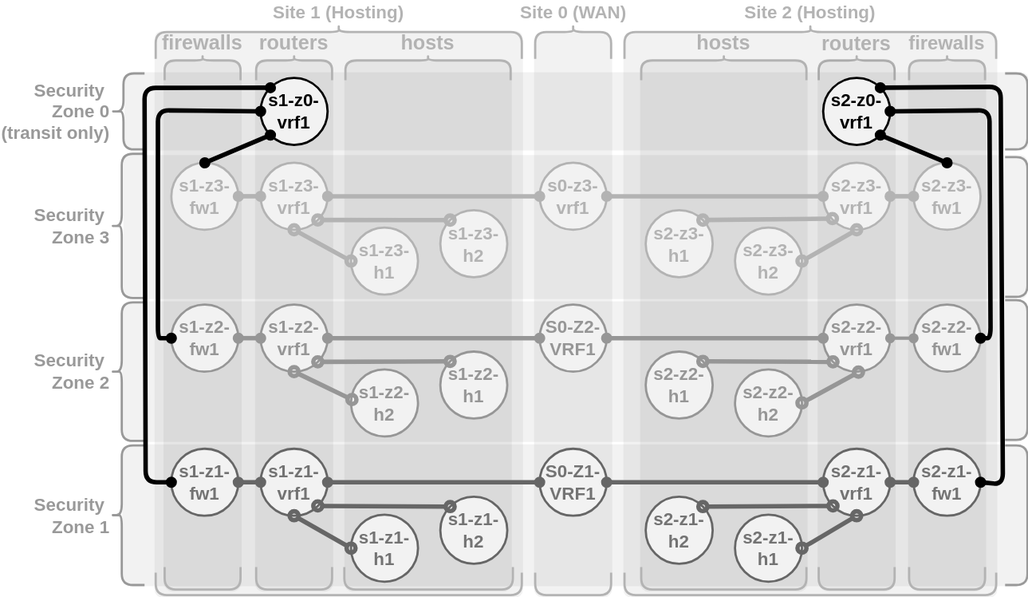
The draw.io diagram pages/1/3(ecmp-symmetric)/casestudy-2.drawio.svg in menckend/alpha, before a commit. Source tidied: cells renumbered, new cells last; positions are measured from the earlier drawing's top-left corner, leaving out a move shared by most shapes.
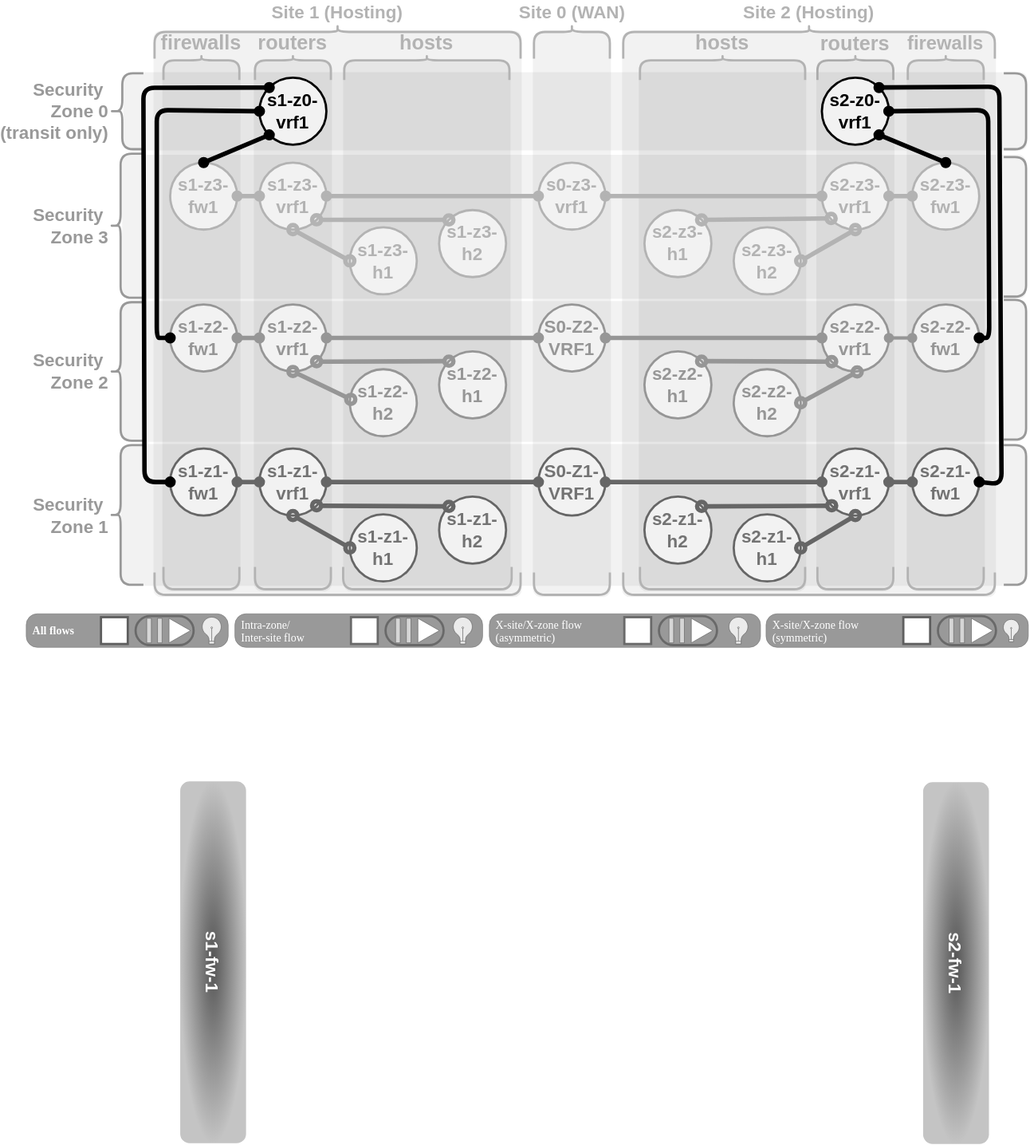
After the change.

Change to the diagram source:
```diff
@@ -317,5 +317,92 @@
     <mxCell id="99" style="endArrow=oval;startArrow=oval;html=1;strokeWidth=4;strokeColor=#666666;startFill=1;endFill=1;fontSize=18;fontStyle=1;entryX=0;entryY=0.5;entryDx=0;entryDy=0;exitX=1;exitY=0.5;exitDx=0;exitDy=0;" parent="1" edge="1" source="37" target="24">
       <mxGeometry relative="1" as="geometry" />
     </mxCell>
+    <mxCell id="100" value="interactivecontrols" parent="0" />
+    <mxCell id="101" value="All flows" style="fillColor=#999999;strokeColor=#7D7D7D;rounded=1;arcSize=33;sketch=0;hachureGap=4;fontFamily=Lucida Console;fontSize=10;fontColor=#FFFFFF;spacingBottom=0;align=left;spacingLeft=6;strokeWidth=0.5;shadow=0;flowAnimation=0;fontStyle=1;shadowBlur=5;shadowColor=#FFFF00;shadowOpacity=100;shadowOffsetY=1;shadowOffsetX=1;spacing=0;" parent="100" vertex="1">
+      <mxGeometry x="-75" y="527" width="181" height="30" as="geometry" />
+    </mxCell>
+    <mxCell id="102" style="whiteSpace=wrap;html=1;fontSize=20;fontFamily=Architects Daughter;fillColor=#ffffff;strokeColor=#5E5E5E;sketch=0;hachureGap=4;fontSource=https%3A%2F%2Ffonts.googleapis.com%2Fcss%3Ffamily%3DArchitects%2BDaughter;flowAnimation=0;strokeWidth=2;" parent="101" vertex="1">
+      <mxGeometry x="1" y="0.5" width="24" height="24" relative="1" as="geometry">
+        <mxPoint x="-114" y="-12" as="offset" />
+      </mxGeometry>
+    </mxCell>
+    <mxCell id="103" style="html=1;verticalLabelPosition=bottom;align=center;labelBackgroundColor=#ffffff;verticalAlign=top;strokeWidth=0.5;strokeColor=#666666;shadow=0;dashed=0;shape=mxgraph.ios7.icons.lightbulb;fillColor=#EBEBEB;shadowBlur=5;shadowColor=#FFFF00;shadowOpacity=100;shadowOffsetY=1;shadowOffsetX=1;flowAnimation=0;" parent="101" vertex="1">
+      <mxGeometry x="157" y="3" width="18.4" height="24" as="geometry" />
+    </mxCell>
+    <mxCell id="104" style="rounded=1;whiteSpace=wrap;html=1;strokeWidth=2;arcSize=50;strokeColor=#696969;fillColor=none;" parent="101" vertex="1">
+      <mxGeometry x="98" y="2" width="52" height="26" as="geometry" />
+    </mxCell>
+    <mxCell id="105" style="html=1;verticalLabelPosition=bottom;align=center;labelBackgroundColor=#ffffff;verticalAlign=top;strokeWidth=0.5;strokeColor=#666666;shadow=0;dashed=0;shape=mxgraph.ios7.icons.play;fillColor=#FFFFFF;flowAnimation=0;fontColor=#FFFFFF;lineColor=#D6D6D6;" parent="101" vertex="1">
+      <mxGeometry x="128" y="4" width="19.3" height="22" as="geometry" />
+    </mxCell>
+    <mxCell id="106" style="html=1;verticalLabelPosition=bottom;align=center;labelBackgroundColor=#ffffff;verticalAlign=top;strokeWidth=0.5;strokeColor=#666666;shadow=0;dashed=0;shape=mxgraph.ios7.icons.pause;fillColor=#D6D6D6;flowAnimation=0;" parent="101" vertex="1">
+      <mxGeometry x="108" y="4" width="13.8" height="22" as="geometry" />
+    </mxCell>
+    <mxCell id="107" value="Intra-zone/&lt;div style=&quot;line-height: 100%; font-size: 10px;&quot;&gt;Inter-site flow&lt;/div&gt;" style="fillColor=#999999;strokeColor=#7D7D7D;rounded=1;arcSize=33;sketch=0;hachureGap=4;fontFamily=Lucida Console;fontSize=10;fontColor=#FFFFFF;spacingBottom=0;align=left;spacingLeft=6;strokeWidth=0.5;shadow=0;flowAnimation=0;fontStyle=0;shadowBlur=5;shadowColor=#FFFF00;shadowOpacity=100;shadowOffsetY=1;shadowOffsetX=1;html=1;verticalAlign=middle;spacingTop=0;spacing=0;" parent="100" vertex="1">
+      <mxGeometry x="112" y="527" width="222" height="30" as="geometry" />
+    </mxCell>
+    <mxCell id="108" style="rounded=1;whiteSpace=wrap;html=1;strokeWidth=2;arcSize=50;strokeColor=#696969;fillColor=none;" parent="107" vertex="1">
+      <mxGeometry x="135" y="2" width="52" height="26" as="geometry" />
+    </mxCell>
+    <mxCell id="109" style="whiteSpace=wrap;html=1;fontSize=20;fontFamily=Architects Daughter;fillColor=#ffffff;strokeColor=#696969;sketch=0;hachureGap=4;fontSource=https%3A%2F%2Ffonts.googleapis.com%2Fcss%3Ffamily%3DArchitects%2BDaughter;flowAnimation=0;strokeWidth=2;" parent="107" vertex="1">
+      <mxGeometry x="1" y="0.5" width="24" height="24" relative="1" as="geometry">
+        <mxPoint x="-118" y="-12" as="offset" />
+      </mxGeometry>
+    </mxCell>
+    <mxCell id="110" style="html=1;verticalLabelPosition=bottom;align=center;labelBackgroundColor=#ffffff;verticalAlign=top;strokeWidth=0.5;strokeColor=#666666;shadow=0;dashed=0;shape=mxgraph.ios7.icons.play;fillColor=#FFFFFF;flowAnimation=0;fontColor=#FFFFFF;lineColor=#D6D6D6;" parent="107" vertex="1">
+      <mxGeometry x="164" y="4" width="19.3" height="22" as="geometry" />
+    </mxCell>
+    <mxCell id="111" style="html=1;verticalLabelPosition=bottom;align=center;labelBackgroundColor=#ffffff;verticalAlign=top;strokeWidth=0.5;strokeColor=#666666;shadow=0;dashed=0;shape=mxgraph.ios7.icons.pause;fillColor=#D6D6D6;flowAnimation=0;" parent="107" vertex="1">
+      <mxGeometry x="144" y="4" width="13.8" height="22" as="geometry" />
+    </mxCell>
+    <mxCell id="112" style="html=1;verticalLabelPosition=bottom;align=center;labelBackgroundColor=#ffffff;verticalAlign=top;strokeWidth=0.5;strokeColor=#666666;shadow=0;dashed=0;shape=mxgraph.ios7.icons.lightbulb;fillColor=#EBEBEB;shadowBlur=5;shadowColor=#66FF66;shadowOpacity=100;shadowOffsetY=1;shadowOffsetX=1;flowAnimation=0;" parent="107" vertex="1">
+      <mxGeometry x="195" y="3" width="18.4" height="24" as="geometry" />
+    </mxCell>
+    <mxCell id="113" value="X-site/X-zone flow&lt;div style=&quot;line-height: 100%;&quot;&gt;(asymmetric)&lt;/div&gt;" style="fillColor=#999999;strokeColor=#7D7D7D;rounded=1;arcSize=33;sketch=0;hachureGap=4;fontFamily=Lucida Console;fontSize=10;fontColor=#FFFFFF;spacingBottom=0;align=left;spacingLeft=6;strokeWidth=0.5;shadow=0;flowAnimation=0;fontStyle=0;shadowBlur=5;shadowColor=#FFFF00;shadowOpacity=100;shadowOffsetY=1;shadowOffsetX=1;html=1;verticalAlign=middle;spacingTop=0;spacing=0;" parent="100" vertex="1">
+      <mxGeometry x="340" y="527" width="243" height="30" as="geometry" />
+    </mxCell>
+    <mxCell id="114" style="rounded=1;whiteSpace=wrap;html=1;strokeWidth=2;arcSize=50;strokeColor=#696969;fillColor=none;" parent="113" vertex="1">
+      <mxGeometry x="152" y="2" width="52" height="26" as="geometry" />
+    </mxCell>
+    <mxCell id="115" style="whiteSpace=wrap;html=1;fontSize=20;fontFamily=Architects Daughter;fillColor=#ffffff;strokeColor=#696969;sketch=0;hachureGap=4;fontSource=https%3A%2F%2Ffonts.googleapis.com%2Fcss%3Ffamily%3DArchitects%2BDaughter;flowAnimation=0;strokeWidth=2;" parent="113" vertex="1">
+      <mxGeometry x="1" y="0.5" width="24" height="24" relative="1" as="geometry">
+        <mxPoint x="-122" y="-12" as="offset" />
+      </mxGeometry>
+    </mxCell>
+    <mxCell id="116" style="html=1;verticalLabelPosition=bottom;align=center;labelBackgroundColor=#ffffff;verticalAlign=top;strokeWidth=0.5;strokeColor=#666666;shadow=0;dashed=0;shape=mxgraph.ios7.icons.play;fillColor=#FFFFFF;flowAnimation=0;fontColor=#FFFFFF;lineColor=#D6D6D6;" parent="113" vertex="1">
+      <mxGeometry x="181" y="4" width="19.3" height="22" as="geometry" />
+    </mxCell>
+    <mxCell id="117" style="html=1;verticalLabelPosition=bottom;align=center;labelBackgroundColor=#ffffff;verticalAlign=top;strokeWidth=0.5;strokeColor=#666666;shadow=0;dashed=0;shape=mxgraph.ios7.icons.pause;fillColor=#D6D6D6;flowAnimation=0;" parent="113" vertex="1">
+      <mxGeometry x="161" y="4" width="13.8" height="22" as="geometry" />
+    </mxCell>
+    <mxCell id="118" style="html=1;verticalLabelPosition=bottom;align=center;labelBackgroundColor=#ffffff;verticalAlign=top;strokeWidth=0.5;strokeColor=#666666;shadow=0;dashed=0;shape=mxgraph.ios7.icons.lightbulb;fillColor=#EBEBEB;shadowBlur=5;shadowColor=#CC0066;shadowOpacity=100;shadowOffsetY=1;shadowOffsetX=1;flowAnimation=0;" parent="113" vertex="1">
+      <mxGeometry x="214" y="3" width="18.4" height="24" as="geometry" />
+    </mxCell>
+    <mxCell id="119" value="X-site/X-zone flow&lt;div style=&quot;line-height: 100%;&quot;&gt;(symmetric)&lt;/div&gt;" style="fillColor=#999999;strokeColor=#7D7D7D;rounded=1;arcSize=33;sketch=0;hachureGap=4;fontFamily=Lucida Console;fontSize=10;fontColor=#FFFFFF;spacingBottom=0;align=left;spacingLeft=6;strokeWidth=0.5;shadow=0;flowAnimation=0;fontStyle=0;shadowBlur=5;shadowColor=#FFFF00;shadowOpacity=100;shadowOffsetY=1;shadowOffsetX=1;html=1;verticalAlign=middle;spacingTop=0;spacing=0;" parent="100" vertex="1">
+      <mxGeometry x="588" y="527" width="235" height="30" as="geometry" />
+    </mxCell>
+    <mxCell id="120" style="rounded=1;whiteSpace=wrap;html=1;strokeWidth=2;arcSize=50;strokeColor=#696969;fillColor=none;" parent="119" vertex="1">
+      <mxGeometry x="154" y="2" width="52" height="26" as="geometry" />
+    </mxCell>
+    <mxCell id="121" style="whiteSpace=wrap;html=1;fontSize=20;fontFamily=Architects Daughter;fillColor=#ffffff;strokeColor=#5E5E5E;sketch=0;hachureGap=4;fontSource=https%3A%2F%2Ffonts.googleapis.com%2Fcss%3Ffamily%3DArchitects%2BDaughter;flowAnimation=0;strokeWidth=2;" parent="119" vertex="1">
+      <mxGeometry x="1" y="0.5" width="24" height="24" relative="1" as="geometry">
+        <mxPoint x="-112" y="-12" as="offset" />
+      </mxGeometry>
+    </mxCell>
+    <mxCell id="122" style="html=1;verticalLabelPosition=bottom;align=center;labelBackgroundColor=#ffffff;verticalAlign=top;strokeWidth=0.5;strokeColor=#666666;shadow=0;dashed=0;shape=mxgraph.ios7.icons.play;fillColor=#FFFFFF;flowAnimation=0;fontColor=#FFFFFF;lineColor=#D6D6D6;" parent="119" vertex="1">
+      <mxGeometry x="184" y="4" width="19.3" height="22" as="geometry" />
+    </mxCell>
+    <mxCell id="123" style="html=1;verticalLabelPosition=bottom;align=center;labelBackgroundColor=#ffffff;verticalAlign=top;strokeWidth=0.5;strokeColor=#666666;shadow=0;dashed=0;shape=mxgraph.ios7.icons.pause;fillColor=#D6D6D6;flowAnimation=0;" parent="119" vertex="1">
+      <mxGeometry x="164" y="4" width="13.8" height="22" as="geometry" />
+    </mxCell>
+    <mxCell id="124" style="html=1;verticalLabelPosition=bottom;align=center;labelBackgroundColor=#ffffff;verticalAlign=top;strokeWidth=0.5;strokeColor=#666666;shadow=0;dashed=0;shape=mxgraph.ios7.icons.lightbulb;fillColor=#EBEBEB;shadowBlur=5;shadowColor=#00FFFF;shadowOpacity=100;shadowOffsetY=1;shadowOffsetX=1;flowAnimation=0;" parent="119" vertex="1">
+      <mxGeometry x="212" y="5" width="15.4" height="20" as="geometry" />
+    </mxCell>
+    <mxCell id="125" value="s1-fw-1" style="rounded=1;whiteSpace=wrap;html=1;gradientColor=#C4C4C4;fillColor=#545454;strokeColor=#FFFFFF;fontColor=#FFFFFF;fontSize=16;fontStyle=1;gradientDirection=radial;rotation=90;" parent="100" vertex="1">
+      <mxGeometry x="-70" y="809" width="325" height="60" as="geometry" />
+    </mxCell>
+    <mxCell id="126" value="s2-fw-1" style="rounded=1;whiteSpace=wrap;html=1;gradientColor=#C4C4C4;fillColor=#545454;strokeColor=#FFFFFF;fontColor=#FFFFFF;fontSize=16;fontStyle=1;gradientDirection=radial;rotation=90;" parent="100" vertex="1">
+      <mxGeometry x="595.7" y="809.7" width="325" height="60" as="geometry" />
+    </mxCell>
   </root>
 </mxGraphModel>
```
